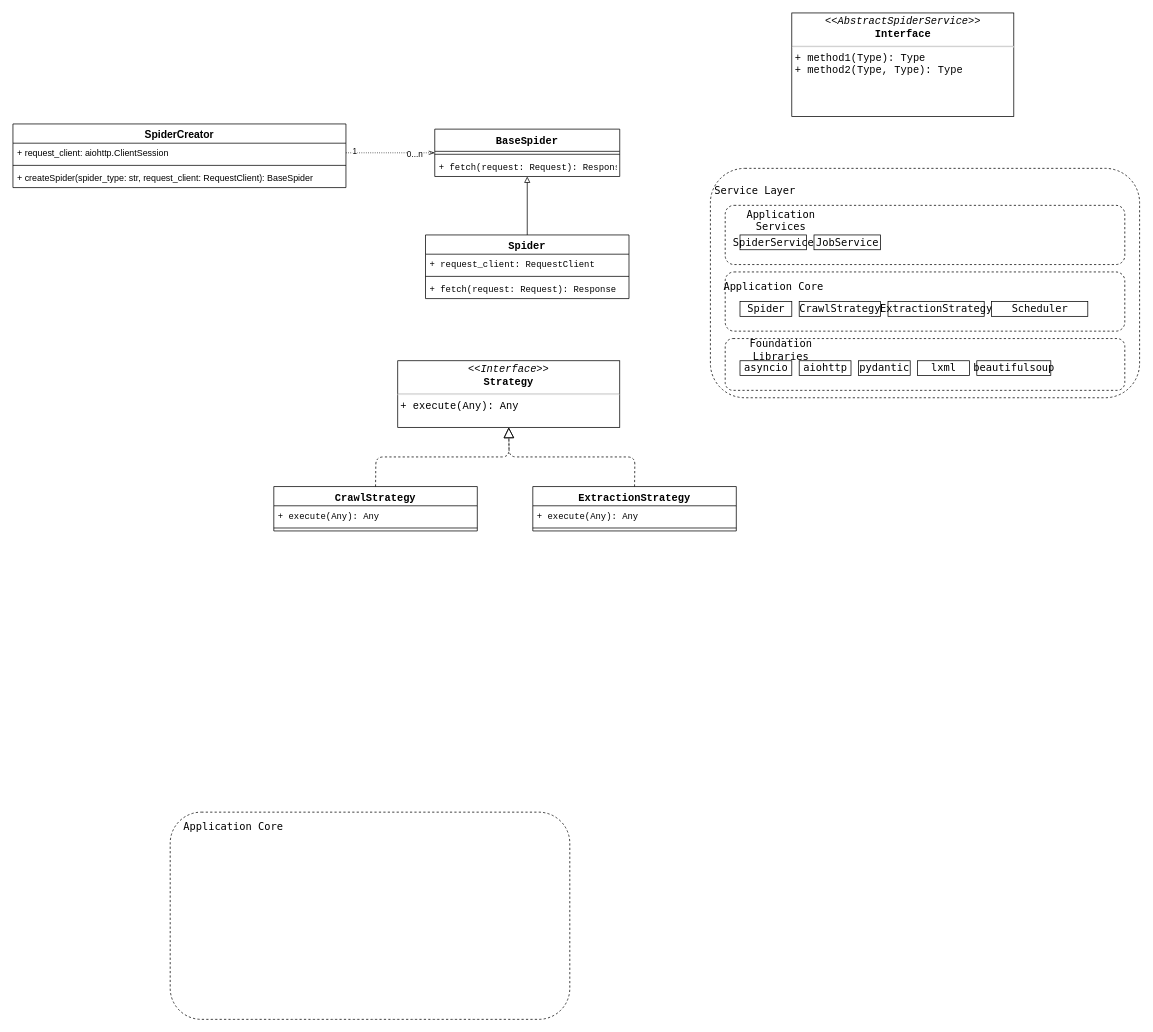
Earlier version of the draw.io diagram page "Spider Service" (2 of 3) of docs/design/System UML.drawio (LENAX/public-sentiment-analysis). Source tidied: cells renumbered, new cells numbered last; positions are measured from the earlier drawing's top-left corner, leaving out a move shared by most shapes. Both pictures are drawn from the tidied source at 74%, with x=0, y=0 at pixel (13, 13).
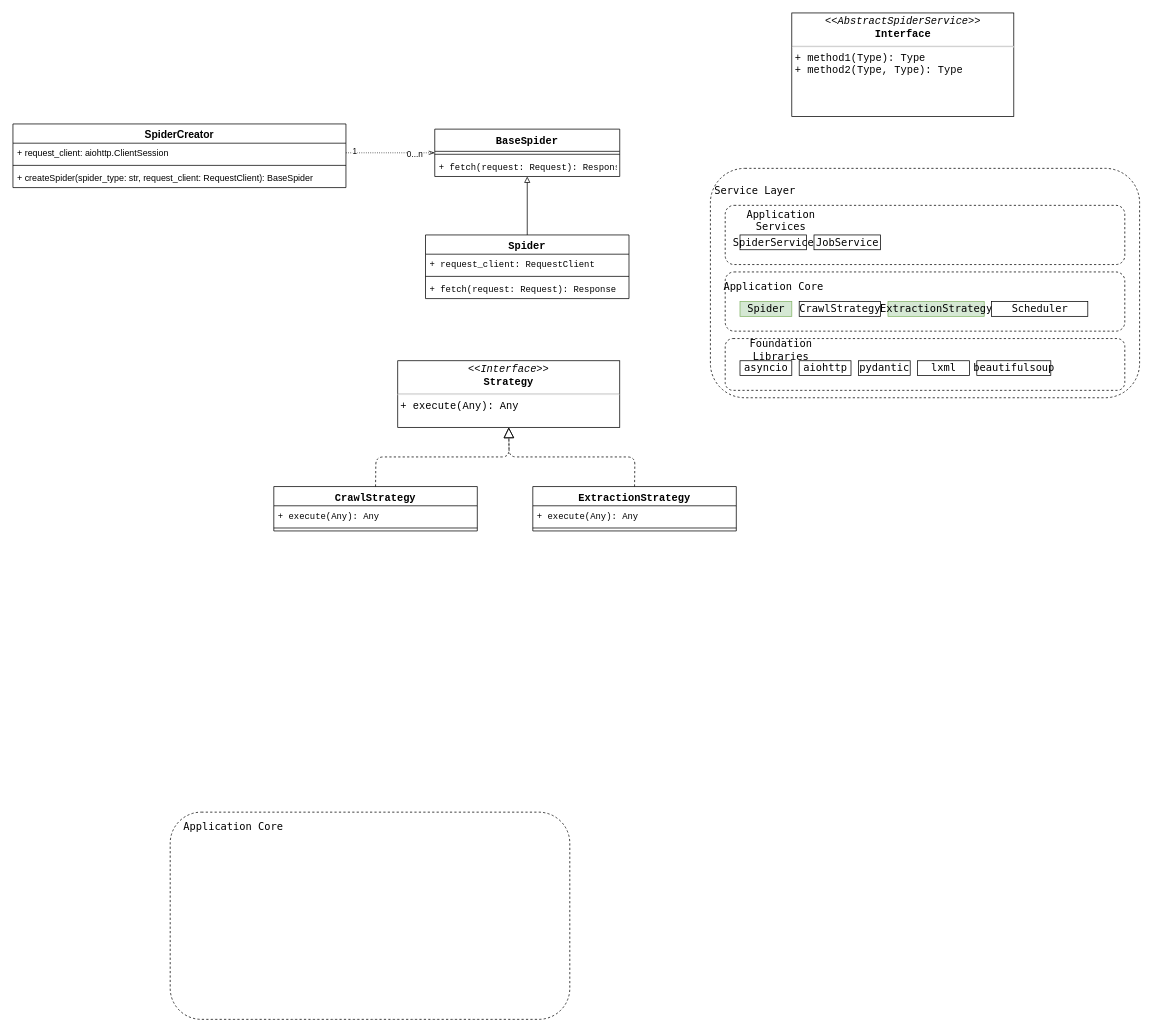
The same diagram, later.

The change refers to these unchanged cells:
```xml
<mxCell id="21" style="group;" parent="1" vertex="1">
  <mxGeometry x="942.5" y="210" width="580" height="310" as="geometry" />
</mxCell>
```

Change to the diagram source:
```diff
@@
-    <mxCell id="31" value="Spider" style="rounded=0;whiteSpace=wrap;html=1;fontFamily=Lucida Console;fontSize=14;" parent="21" vertex="1">
+    <mxCell id="31" value="Spider" style="rounded=0;whiteSpace=wrap;html=1;fontFamily=Lucida Console;fontSize=14;fillColor=#d5e8d4;strokeColor=#82b366;" parent="21" vertex="1">
       <mxGeometry x="40" y="180" width="70" height="20" as="geometry" />
     </mxCell>
@@
-    <mxCell id="35" value="ExtractionStrategy" style="rounded=0;whiteSpace=wrap;html=1;fontFamily=Lucida Console;fontSize=14;" parent="21" vertex="1">
+    <mxCell id="35" value="ExtractionStrategy" style="rounded=0;whiteSpace=wrap;html=1;fontFamily=Lucida Console;fontSize=14;fillColor=#d5e8d4;strokeColor=#82b366;" parent="21" vertex="1">
       <mxGeometry x="240" y="180" width="130" height="20" as="geometry" />
     </mxCell>
```
